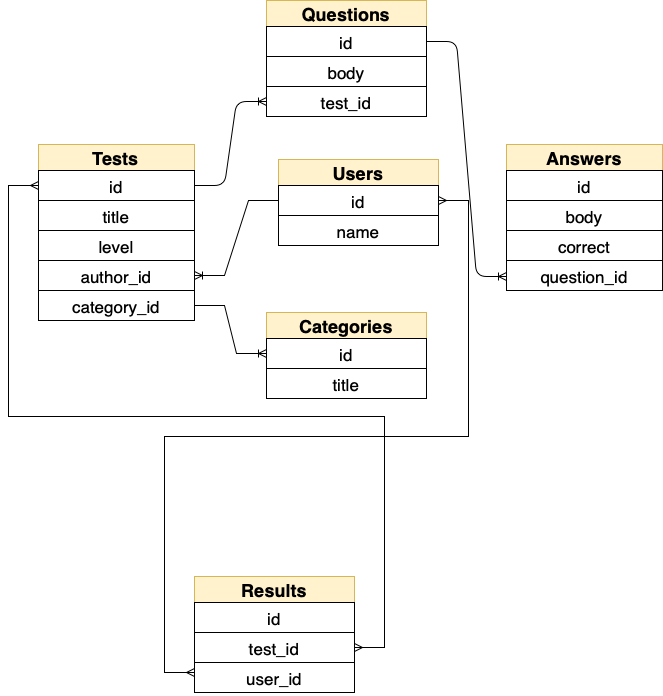
Before: TestGuru.drawio.png, a diagram exported from draw.io (EvilJadeon/TestGuru). Source tidied: cells renumbered, new cells last; positions are measured from the earlier drawing's top-left corner, leaving out a move shared by most shapes.
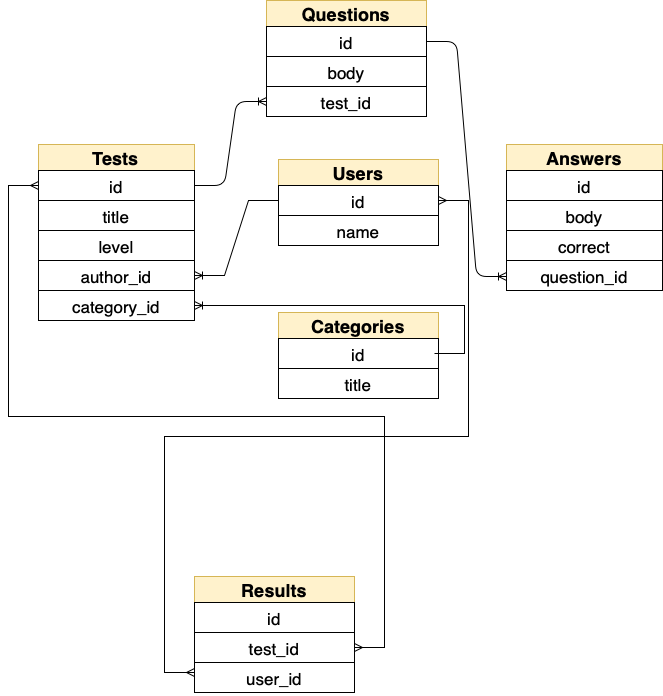
The same diagram one commit later.

What changed in the source:
```diff
@@ -3,7 +3,7 @@
     <mxCell id="0" />
     <mxCell id="1" parent="0" />
     <mxCell id="2" value="Categories" style="swimlane;fontStyle=1;horizontal=1;startSize=26;align=center;fontSize=18;rounded=0;labelBackgroundColor=none;sketch=0;fontFamily=Helvetica;strokeColor=#d6b656;fillColor=#fff2cc;fontColor=default;" parent="1" vertex="1">
-      <mxGeometry x="228" y="312" width="160" height="86" as="geometry" />
+      <mxGeometry x="240" y="312" width="160" height="86" as="geometry" />
     </mxCell>
     <mxCell id="3" value="id" style="text;strokeColor=default;fillColor=none;spacingLeft=4;spacingRight=4;overflow=hidden;points=[[0,0.5],[1,0.5]];portConstraint=eastwest;fontSize=17;rounded=0;labelBackgroundColor=none;sketch=0;fontFamily=Helvetica;fontColor=default;align=center;" parent="2" vertex="1">
       <mxGeometry y="26" width="160" height="30" as="geometry" />
@@ -90,9 +90,6 @@
     <mxCell id="29" style="edgeStyle=entityRelationEdgeStyle;fontSize=12;html=1;endArrow=ERoneToMany;rounded=1;labelBackgroundColor=default;sketch=0;fontFamily=Helvetica;fontColor=default;strokeColor=default;align=center;verticalAlign=middle;elbow=vertical;entryX=0;entryY=0.5;entryDx=0;entryDy=0;exitX=1;exitY=0.5;exitDx=0;exitDy=0;" parent="1" edge="1" source="6" target="14">
       <mxGeometry relative="1" as="geometry" />
     </mxCell>
-    <mxCell id="30" style="edgeStyle=entityRelationEdgeStyle;fontSize=12;html=1;endArrow=ERoneToMany;rounded=0;strokeColor=default;labelBackgroundColor=default;fontColor=default;entryX=0;entryY=0.5;entryDx=0;entryDy=0;exitX=1;exitY=0.5;exitDx=0;exitDy=0;" parent="1" edge="1" source="9" target="3">
-      <mxGeometry relative="1" as="geometry" />
-    </mxCell>
     <mxCell id="31" style="edgeStyle=entityRelationEdgeStyle;fontSize=12;html=1;endArrow=ERoneToMany;rounded=0;labelBackgroundColor=default;fontColor=default;strokeColor=default;exitX=0;exitY=0.5;exitDx=0;exitDy=0;entryX=1;entryY=0.5;entryDx=0;entryDy=0;" parent="1" edge="1" source="21" target="10">
       <mxGeometry relative="1" as="geometry" />
     </mxCell>
@@ -101,5 +98,10 @@
         <mxPoint y="185" as="targetPoint" />
       </mxGeometry>
     </mxCell>
+    <mxCell id="33" style="edgeStyle=entityRelationEdgeStyle;fontSize=12;html=1;endArrow=ERoneToMany;rounded=0;entryX=1;entryY=0.5;entryDx=0;entryDy=0;" parent="1" edge="1" target="9">
+      <mxGeometry relative="1" as="geometry">
+        <mxPoint x="396" y="353" as="sourcePoint" />
+      </mxGeometry>
+    </mxCell>
   </root>
 </mxGraphModel>
```
